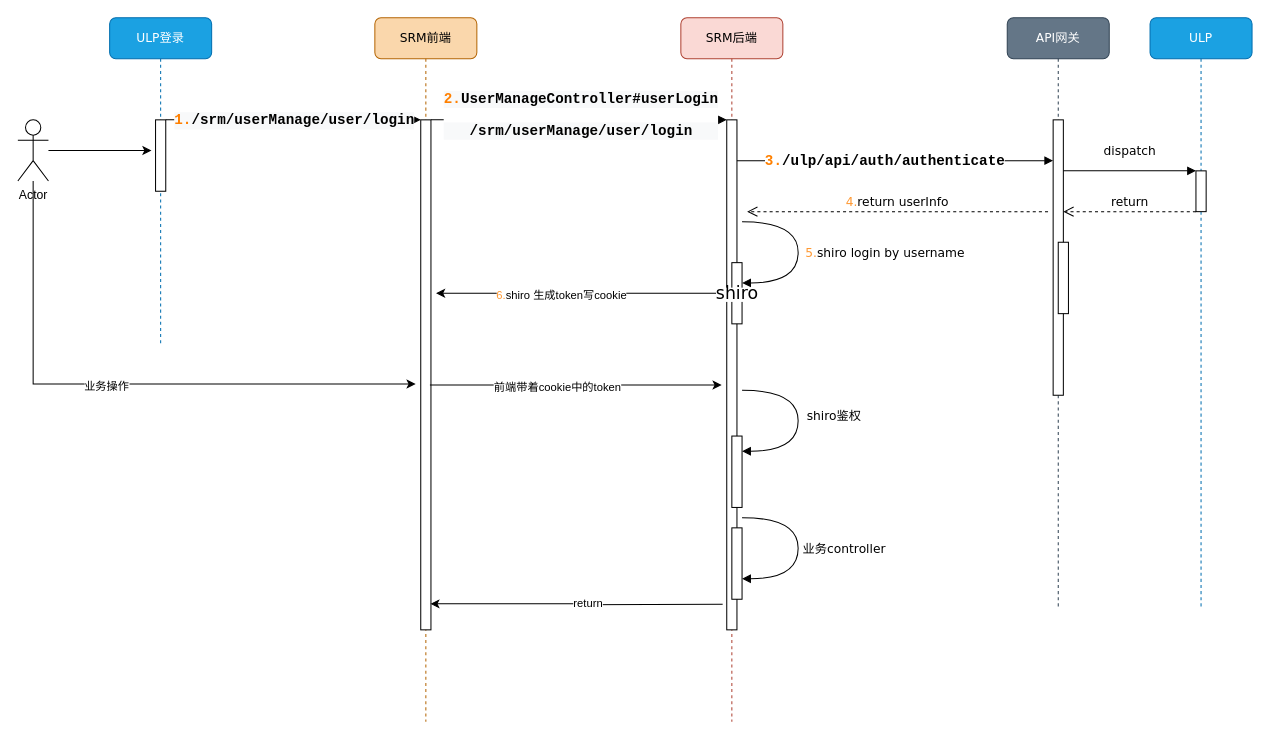
This is shein/Untitled Diagram.drawio from 948849440/drawio-disk, a draw.io file, before an edit. Source tidied: cells renumbered, new cells numbered last; positions are measured from the earlier drawing's top-left corner, leaving out a move shared by most shapes. Both pictures are drawn from the tidied source at 102%, with x=0, y=0 at pixel (17, 17).
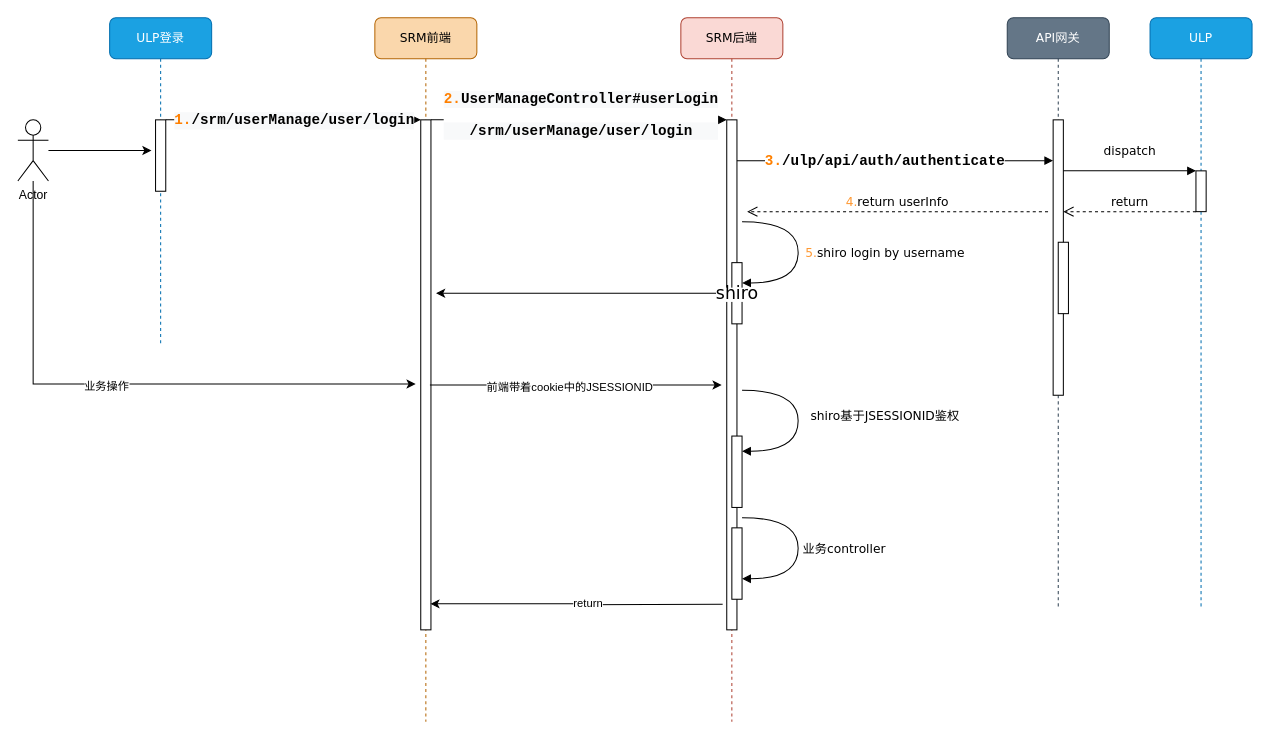
The same page after the edit.

The change refers to these unchanged cells:
```xml
<mxCell id="16" style="edgeStyle=orthogonalEdgeStyle;rounded=0;jettySize=auto;html=1;" parent="1" edge="1" source="18">
  <mxGeometry relative="1" as="geometry">
    <mxPoint x="410" y="270" as="targetPoint" />
  </mxGeometry>
</mxCell>
<mxCell id="18" value="&lt;span style=&quot;background-color: rgb(255 , 255 , 255)&quot;&gt;&lt;font style=&quot;font-size: 17px&quot;&gt;shiro&lt;/font&gt;&lt;/span&gt;" style="html=1;points=[];perimeter=orthogonalPerimeter;rounded=0;shadow=0;comic=0;labelBackgroundColor=none;strokeWidth=1;fontFamily=Verdana;fontSize=12;align=center;" parent="1" vertex="1">
  <mxGeometry x="700" y="240" width="10" height="60" as="geometry" />
</mxCell>
<mxCell id="32" style="edgeStyle=orthogonalEdgeStyle;rounded=0;orthogonalLoop=1;jettySize=auto;html=1;" parent="1" edge="1">
  <mxGeometry relative="1" as="geometry">
    <mxPoint x="420" y="360" as="sourcePoint" />
    <mxPoint x="690" y="360" as="targetPoint" />
    <Array as="points">
      <mxPoint x="404" y="360" />
    </Array>
  </mxGeometry>
</mxCell>
```

Change to the diagram source:
```diff
@@
-    <mxCell id="17" value="&lt;font color=&quot;#ff9933&quot;&gt;6.&lt;/font&gt;shiro 生成token写cookie" style="edgeLabel;html=1;align=center;verticalAlign=middle;" parent="16" vertex="1">
-      <mxGeometry x="0.41" y="1" relative="1" as="geometry">
-        <mxPoint x="37" as="offset" />
-      </mxGeometry>
-    </mxCell>
@@
-    <mxCell id="29" value="&lt;font color=&quot;#ff9933&quot;&gt;5.&lt;/font&gt;shiro login by username" style="html=1;verticalAlign=bottom;endArrow=block;labelBackgroundColor=none;fontFamily=Verdana;fontSize=12;elbow=vertical;edgeStyle=orthogonalEdgeStyle;curved=1;entryX=1.014;entryY=0.331;entryPerimeter=0;exitX=1.038;exitY=0.345;exitPerimeter=0;entryDx=0;entryDy=0;" parent="1" edge="1" target="18">
+    <mxCell id="29" value="&lt;font color=&quot;#ff9933&quot;&gt;5.&lt;/font&gt;shiro login by username&lt;br&gt;" style="html=1;verticalAlign=bottom;endArrow=block;labelBackgroundColor=none;fontFamily=Verdana;fontSize=12;elbow=vertical;edgeStyle=orthogonalEdgeStyle;curved=1;entryX=1.014;entryY=0.331;entryPerimeter=0;exitX=1.038;exitY=0.345;exitPerimeter=0;entryDx=0;entryDy=0;" parent="1" edge="1" target="18">
       <mxGeometry x="0.12" y="85" relative="1" as="geometry">
         <mxPoint x="710" y="200" as="sourcePoint" />
         <Array as="points">
           <mxPoint x="765" y="200" />
           <mxPoint x="765" y="260" />
         </Array>
       </mxGeometry>
     </mxCell>
@@
-    <mxCell id="31" value="shiro鉴权" style="html=1;verticalAlign=bottom;endArrow=block;labelBackgroundColor=none;fontFamily=Verdana;fontSize=12;elbow=vertical;edgeStyle=orthogonalEdgeStyle;curved=1;entryX=1.014;entryY=0.331;entryPerimeter=0;exitX=1.038;exitY=0.345;exitPerimeter=0;entryDx=0;entryDy=0;" parent="1" edge="1">
-      <mxGeometry x="0.06" y="35" relative="1" as="geometry">
+    <mxCell id="31" value="shiro基于JSESSIONID鉴权" style="html=1;verticalAlign=bottom;endArrow=block;labelBackgroundColor=none;fontFamily=Verdana;fontSize=12;elbow=vertical;edgeStyle=orthogonalEdgeStyle;curved=1;entryX=1.014;entryY=0.331;entryPerimeter=0;exitX=1.038;exitY=0.345;exitPerimeter=0;entryDx=0;entryDy=0;" parent="1" edge="1">
+      <mxGeometry x="0.06" y="85" relative="1" as="geometry">
         <mxPoint x="710" y="365.1" as="sourcePoint" />
         <mxPoint x="710.1" y="424.9" as="targetPoint" />
         <Array as="points">
           <mxPoint x="765" y="365.1" />
           <mxPoint x="765" y="425.1" />
         </Array>
       </mxGeometry>
     </mxCell>
@@
-    <mxCell id="33" value="前端带着cookie中的token" style="edgeLabel;html=1;align=center;verticalAlign=middle;" parent="32" vertex="1">
+    <mxCell id="33" value="前端带着cookie中的JSESSIONID" style="edgeLabel;html=1;align=center;verticalAlign=middle;" parent="32" vertex="1">
       <mxGeometry x="0.25" y="-1" relative="1" as="geometry">
-        <mxPoint x="-49" as="offset" />
+        <mxPoint x="-37" as="offset" />
       </mxGeometry>
     </mxCell>
```
